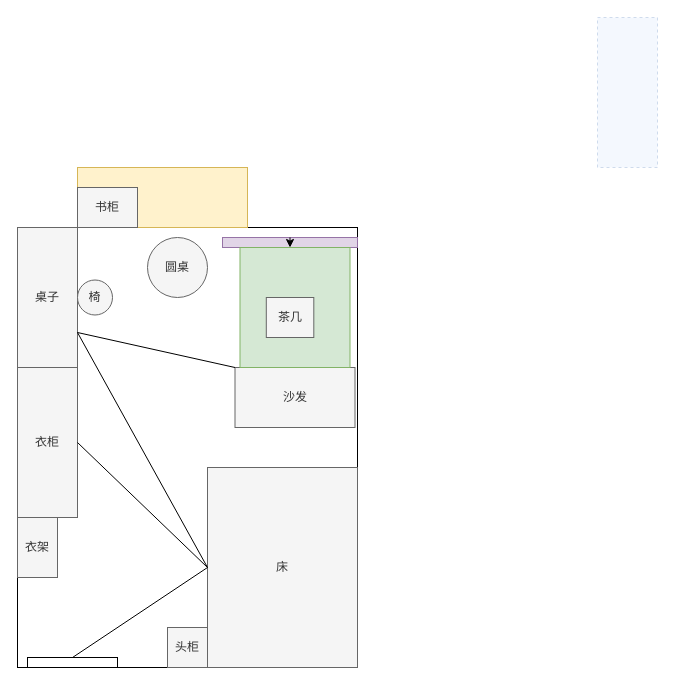
Earlier version of the draw.io diagram Untitled Diagram.drawio (Rightglow/easy_timer). Source tidied: cells renumbered, new cells numbered last; positions are measured from the earlier drawing's top-left corner, leaving out a move shared by most shapes. Both pictures are drawn from the tidied source at 100%, with x=0, y=0 at pixel (17, 17).
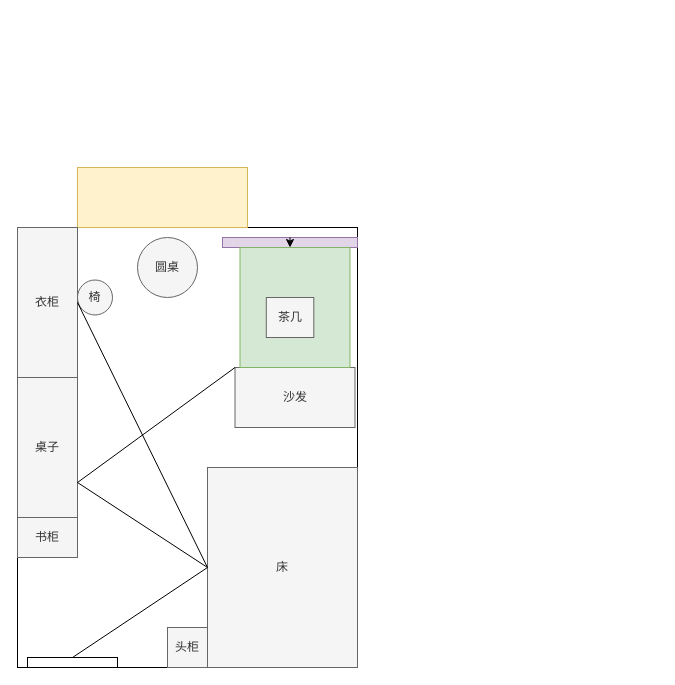
The same diagram, later.

Diff of the diagram source:
```diff
@@
     <mxCell id="4" value="衣柜" style="rounded=0;whiteSpace=wrap;html=1;fillColor=#f5f5f5;fontColor=#333333;strokeColor=#666666;direction=west;" parent="1" vertex="1">
-      <mxGeometry y="350" width="60" height="150" as="geometry" />
+      <mxGeometry y="210" width="60" height="150" as="geometry" />
     </mxCell>
@@
     <mxCell id="7" value="书柜" style="rounded=0;whiteSpace=wrap;html=1;fillColor=#f5f5f5;fontColor=#333333;strokeColor=#666666;" parent="1" vertex="1">
-      <mxGeometry x="60" y="170" width="60" height="40" as="geometry" />
+      <mxGeometry y="500" width="60" height="40" as="geometry" />
     </mxCell>
-    <mxCell id="8" style="rounded=0;whiteSpace=wrap;html=1;fillColor=#dae8fc;strokeColor=#6c8ebf;shadow=0;glass=0;opacity=30;dashed=1;" parent="1" vertex="1">
-      <mxGeometry x="580" width="60" height="150" as="geometry" />
-    </mxCell>
     <mxCell id="9" value="桌子" style="rounded=0;whiteSpace=wrap;html=1;fillColor=#f5f5f5;fontColor=#333333;strokeColor=#666666;direction=south;" parent="1" vertex="1">
-      <mxGeometry y="210" width="60" height="140" as="geometry" />
+      <mxGeometry y="360" width="60" height="140" as="geometry" />
     </mxCell>
@@
-    <mxCell id="20" value="衣架" style="rounded=0;whiteSpace=wrap;html=1;fillColor=#f5f5f5;fontColor=#333333;strokeColor=#666666;" parent="1" vertex="1">
-      <mxGeometry y="500" width="40" height="60" as="geometry" />
-    </mxCell>
@@
     <mxCell id="22" value="圆桌" style="ellipse;whiteSpace=wrap;html=1;fillColor=#f5f5f5;fontColor=#333333;strokeColor=#666666;" parent="1" vertex="1">
-      <mxGeometry x="130" y="220" width="60" height="60" as="geometry" />
+      <mxGeometry x="120" y="220" width="60" height="60" as="geometry" />
     </mxCell>
```
